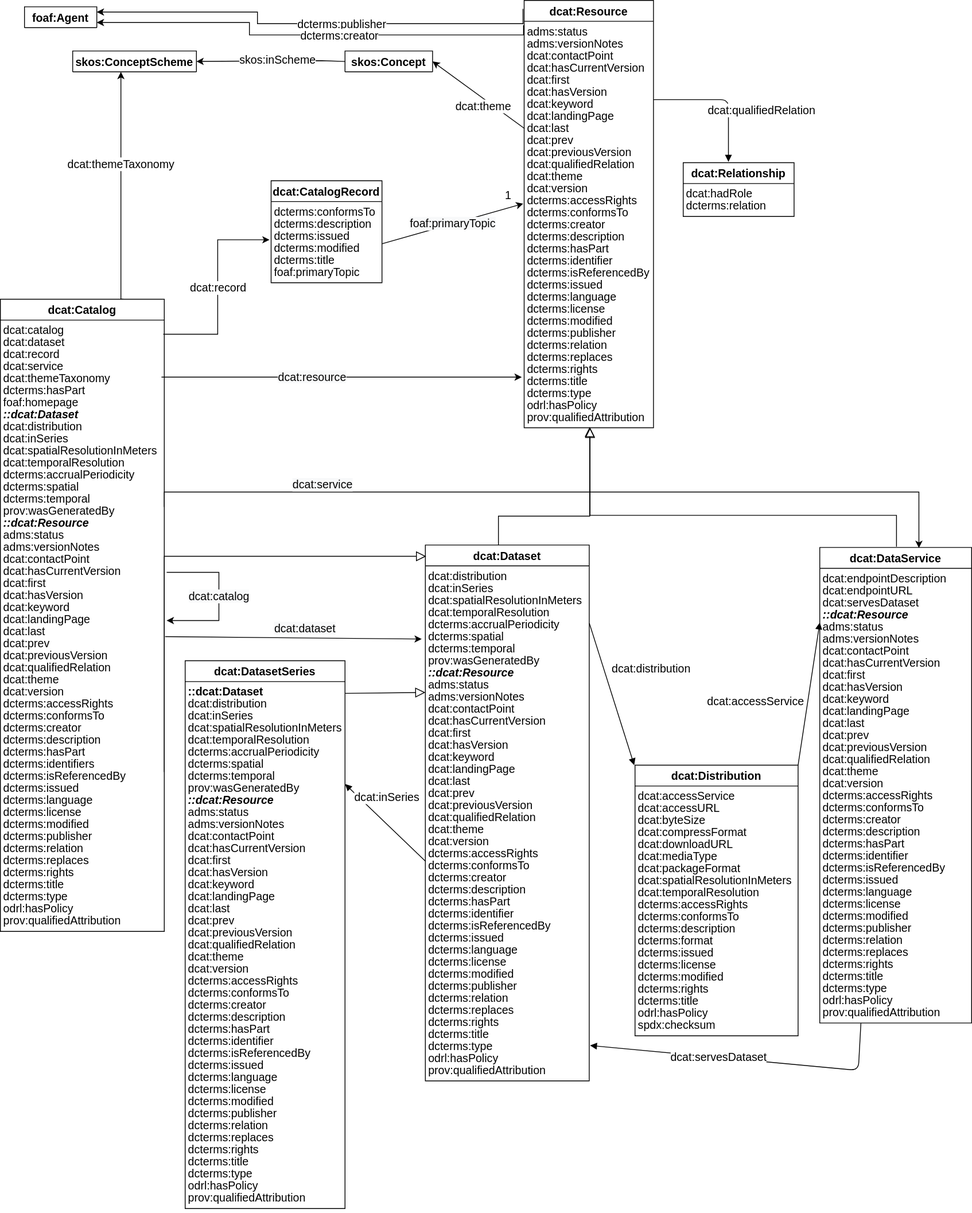
Before: dcat/images/dcat-all-attributes.svg, a diagram exported from draw.io (w3c/dxwg). Source tidied: cells renumbered, new cells last; positions are measured from the earlier drawing's top-left corner, leaving out a move shared by most shapes.
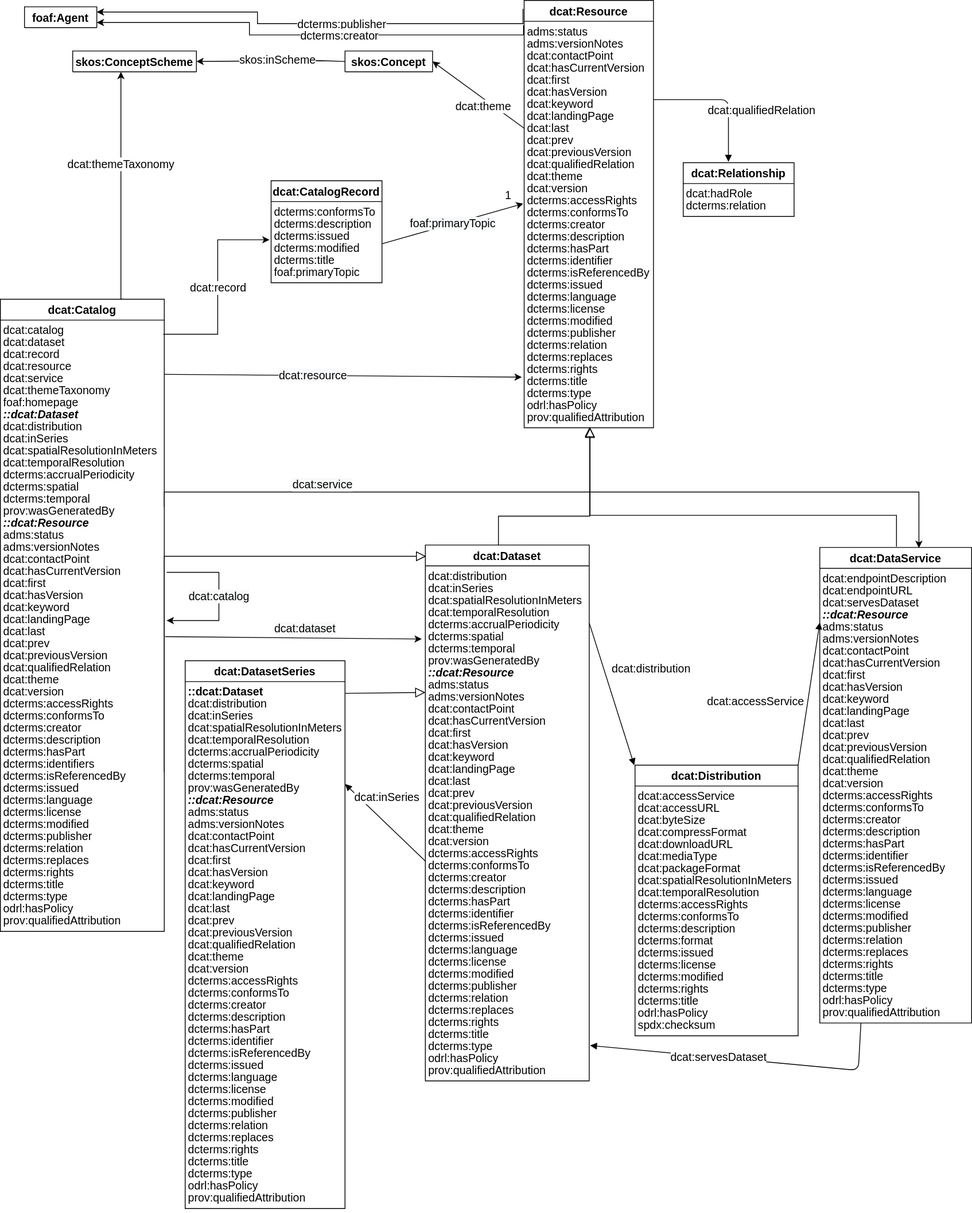
Above is the later version.

Commit message:
Correcting the DCAT class Diagram as Suggested by issue #1528

Diff of the diagram source:
```diff
@@ -25,15 +25,15 @@
     <mxCell id="7" value="dcat:record" style="text;strokeColor=none;fillColor=none;align=left;verticalAlign=top;spacingLeft=4;spacingRight=4;overflow=hidden;spacing=0;fontSize=14;" parent="4" vertex="1">
       <mxGeometry y="56" width="204" height="15" as="geometry" />
     </mxCell>
+    <mxCell id="10" value="dcat:resource" style="text;strokeColor=none;fillColor=none;align=left;verticalAlign=top;spacingLeft=4;spacingRight=4;overflow=hidden;points=[[0,0.5],[1,0.5]];portConstraint=eastwest;spacing=0;fontSize=14;" parent="4" vertex="1">
+      <mxGeometry y="71" width="204" height="15" as="geometry" />
+    </mxCell>
     <mxCell id="8" value="dcat:service" style="text;strokeColor=none;fillColor=none;align=left;verticalAlign=top;spacingLeft=4;spacingRight=4;overflow=hidden;points=[[0,0.5],[1,0.5]];portConstraint=eastwest;spacing=0;fontSize=14;" parent="4" vertex="1">
-      <mxGeometry y="71" width="204" height="15" as="geometry" />
+      <mxGeometry y="86" width="204" height="15" as="geometry" />
     </mxCell>
     <mxCell id="9" value="dcat:themeTaxonomy" style="text;strokeColor=none;fillColor=none;align=left;verticalAlign=top;spacingLeft=4;spacingRight=4;overflow=hidden;spacing=0;fontSize=14;" parent="4" vertex="1">
-      <mxGeometry y="86" width="204" height="15" as="geometry" />
+      <mxGeometry y="101" width="204" height="15" as="geometry" />
     </mxCell>
-    <mxCell id="10" value="dcterms:hasPart" style="text;strokeColor=none;fillColor=none;align=left;verticalAlign=top;spacingLeft=4;spacingRight=4;overflow=hidden;points=[[0,0.5],[1,0.5]];portConstraint=eastwest;spacing=0;fontSize=14;" parent="4" vertex="1">
-      <mxGeometry y="101" width="204" height="15" as="geometry" />
-    </mxCell>
     <mxCell id="11" value="foaf:homepage" style="text;strokeColor=none;fillColor=none;align=left;verticalAlign=top;spacingLeft=4;spacingRight=4;overflow=hidden;spacing=0;fontSize=14;" parent="4" vertex="1">
       <mxGeometry y="116" width="204" height="15" as="geometry" />
     </mxCell>
@@ -336,7 +336,7 @@
         <mxPoint x="1" y="-16" as="offset" />
       </mxGeometry>
     </mxCell>
-    <mxCell id="106" value="&lt;span style=&quot;font-size: 14px ; text-align: left ; background-color: rgb(248 , 249 , 250)&quot;&gt;dcat:resource&lt;/span&gt;" style="rounded=0;jettySize=auto;html=1;exitX=0.983;exitY=-0.267;exitDx=0;exitDy=0;fontSize=14;spacing=0;exitPerimeter=0;" parent="1" edge="1" source="10">
+    <mxCell id="106" value="&lt;span style=&quot;font-size: 14px ; text-align: left ; background-color: rgb(248 , 249 , 250)&quot;&gt;dcat:resource&lt;/span&gt;" style="rounded=0;jettySize=auto;html=1;exitX=1;exitY=0.5;exitDx=0;exitDy=0;fontSize=14;spacing=0;" parent="1" edge="1" source="8">
       <mxGeometry x="-0.17" relative="1" as="geometry">
         <mxPoint x="649" y="469" as="targetPoint" />
       </mxGeometry>
```
